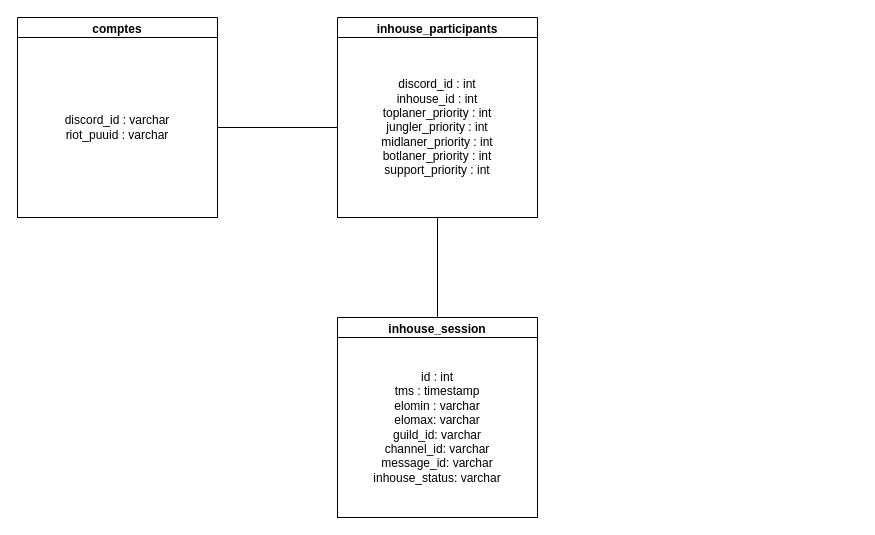
The draw.io diagram database/database.drawio in Evileoo/beta-bot, before the edit. Source tidied: cells renumbered, new cells numbered last; positions are measured from the earlier drawing's top-left corner, leaving out a move shared by most shapes. Both pictures are drawn from the tidied source at 100%, with x=0, y=0 at pixel (17, 17).
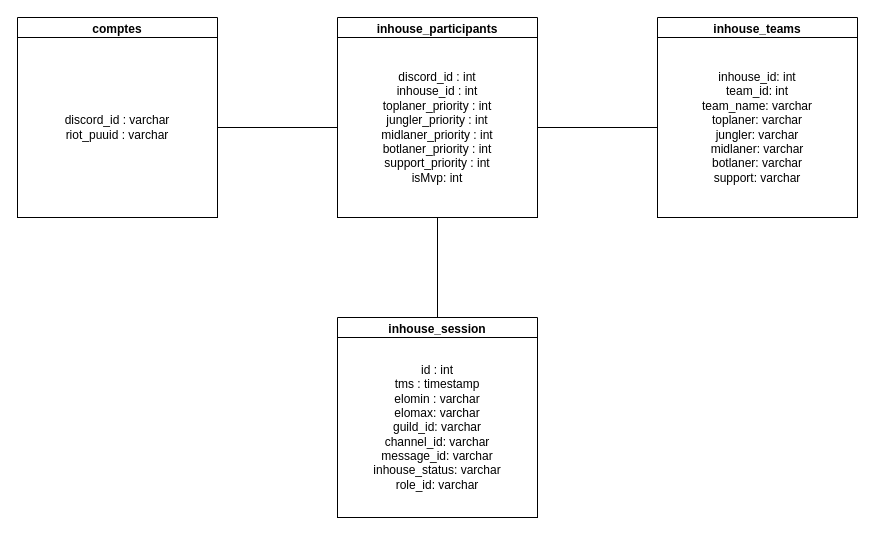
The same diagram, later.

Change to the diagram source:
```diff
@@
 <mxGraphModel>
   <root>
     <mxCell id="0" />
     <mxCell id="1" parent="0" />
     <mxCell id="2" value="comptes" style="swimlane;whiteSpace=wrap;html=1;" parent="1" vertex="1">
       <mxGeometry width="200" height="200" as="geometry" />
     </mxCell>
     <mxCell id="3" value="discord_id : varchar&lt;br&gt;riot_puuid : varchar" style="rounded=0;whiteSpace=wrap;html=1;" parent="2" vertex="1">
       <mxGeometry y="20" width="200" height="180" as="geometry" />
     </mxCell>
     <mxCell id="4" value="inhouse_session" style="swimlane;whiteSpace=wrap;html=1;" parent="1" vertex="1">
       <mxGeometry x="320" y="300" width="200" height="200" as="geometry" />
     </mxCell>
-    <mxCell id="5" value="id : int&lt;br&gt;tms : timestamp&lt;br&gt;elomin : varchar&lt;br&gt;elomax: varchar&lt;br&gt;guild_id: varchar&lt;br&gt;channel_id: varchar&lt;br&gt;message_id: varchar&lt;br&gt;inhouse_status: varchar" style="rounded=0;whiteSpace=wrap;html=1;" parent="4" vertex="1">
+    <mxCell id="5" value="id : int&lt;br&gt;tms : timestamp&lt;br&gt;elomin : varchar&lt;br&gt;elomax: varchar&lt;br&gt;guild_id: varchar&lt;br&gt;channel_id: varchar&lt;br&gt;message_id: varchar&lt;br&gt;inhouse_status: varchar&lt;br&gt;role_id: varchar" style="rounded=0;whiteSpace=wrap;html=1;" parent="4" vertex="1">
       <mxGeometry y="20" width="200" height="180" as="geometry" />
     </mxCell>
     <mxCell id="6" value="inhouse_participants" style="swimlane;whiteSpace=wrap;html=1;" parent="1" vertex="1">
       <mxGeometry x="320" width="200" height="200" as="geometry" />
     </mxCell>
-    <mxCell id="7" value="discord_id : int&lt;br&gt;inhouse_id : int&lt;br&gt;toplaner_priority : int&lt;br&gt;jungler_priority : int&lt;br&gt;midlaner_priority : int&lt;br&gt;botlaner_priority : int&lt;br&gt;support_priority : int" style="rounded=0;whiteSpace=wrap;html=1;" parent="6" vertex="1">
+    <mxCell id="7" value="discord_id : int&lt;br&gt;inhouse_id : int&lt;br&gt;toplaner_priority : int&lt;br&gt;jungler_priority : int&lt;br&gt;midlaner_priority : int&lt;br&gt;botlaner_priority : int&lt;br&gt;support_priority : int&lt;br&gt;isMvp: int" style="rounded=0;whiteSpace=wrap;html=1;" parent="6" vertex="1">
       <mxGeometry y="20" width="200" height="180" as="geometry" />
     </mxCell>
     <mxCell id="8" style="endArrow=none;html=1;exitX=1;exitY=0.5;exitDx=0;exitDy=0;entryX=0;entryY=0.5;entryDx=0;entryDy=0;" parent="1" edge="1" source="3" target="7">
       <mxGeometry relative="1" as="geometry" />
     </mxCell>
     <mxCell id="9" style="endArrow=none;html=1;exitX=0.5;exitY=0;exitDx=0;exitDy=0;entryX=0.5;entryY=1;entryDx=0;entryDy=0;" parent="1" edge="1" source="4" target="7">
       <mxGeometry relative="1" as="geometry" />
     </mxCell>
+    <mxCell id="10" value="inhouse_teams" style="swimlane;whiteSpace=wrap;html=1;" parent="1" vertex="1">
+      <mxGeometry x="640" width="200" height="200" as="geometry" />
+    </mxCell>
+    <mxCell id="11" value="inhouse_id: int&lt;br&gt;team_id: int&lt;br&gt;team_name: varchar&lt;br&gt;toplaner: varchar&lt;br&gt;jungler: varchar&lt;br&gt;midlaner: varchar&lt;br&gt;botlaner: varchar&lt;br&gt;support: varchar" style="rounded=0;whiteSpace=wrap;html=1;" parent="10" vertex="1">
+      <mxGeometry y="20" width="200" height="180" as="geometry" />
+    </mxCell>
+    <mxCell id="12" style="endArrow=none;html=1;entryX=1;entryY=0.5;entryDx=0;entryDy=0;exitX=0;exitY=0.5;exitDx=0;exitDy=0;" parent="1" edge="1" source="11" target="7">
+      <mxGeometry relative="1" as="geometry" />
+    </mxCell>
   </root>
 </mxGraphModel>
```
